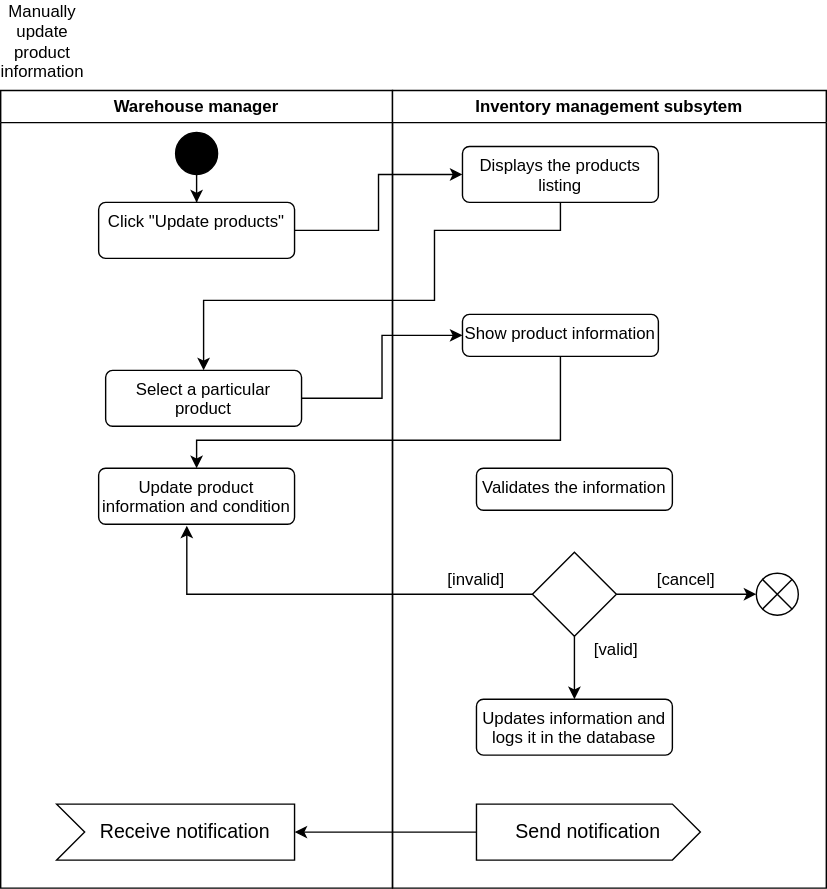
Above: Update_prods.svg in Simamkele88/IFM3_GP (draw.io), before the change. Source tidied: cells renumbered, new cells last; positions are measured from the earlier drawing's top-left corner, leaving out a move shared by most shapes.
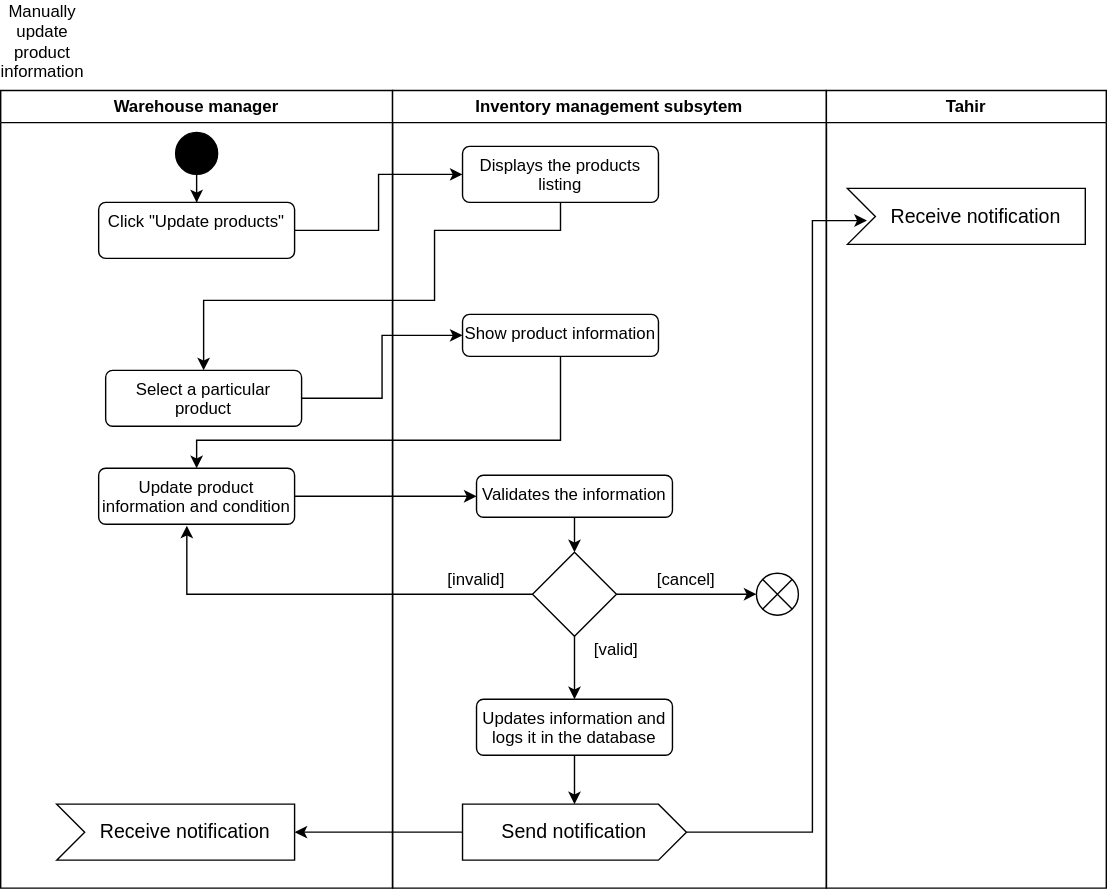
After the change.

The edit, as a diff of the source:
```diff
@@ -33,10 +33,13 @@
       <mxGeometry x="50" y="160" width="140" height="30" as="geometry" />
     </mxCell>
     <mxCell id="12" value="Send notification" style="html=1;shape=mxgraph.infographic.ribbonSimple;notch1=0;notch2=20;align=center;verticalAlign=middle;fontSize=14;fontStyle=0;fillColor=#FFFFFF;whiteSpace=wrap;" parent="9" vertex="1">
-      <mxGeometry x="60" y="510" width="160" height="40" as="geometry" />
+      <mxGeometry x="50" y="510" width="160" height="40" as="geometry" />
     </mxCell>
+    <mxCell id="29" style="edgeStyle=orthogonalEdgeStyle;rounded=0;jettySize=auto;html=1;exitX=0.5;exitY=1;exitDx=0;exitDy=0;entryX=0.5;entryY=0;entryDx=0;entryDy=0;" parent="9" edge="1" source="13" target="16">
+      <mxGeometry relative="1" as="geometry" />
+    </mxCell>
     <mxCell id="13" value="Validates the information" style="html=1;align=center;verticalAlign=top;rounded=1;absoluteArcSize=1;arcSize=10;dashed=0;whiteSpace=wrap;" parent="9" vertex="1">
-      <mxGeometry x="60" y="270" width="140" height="30" as="geometry" />
+      <mxGeometry x="60" y="275" width="140" height="30" as="geometry" />
     </mxCell>
     <mxCell id="14" style="edgeStyle=orthogonalEdgeStyle;rounded=0;jettySize=auto;html=1;" parent="9" edge="1" source="16" target="17">
       <mxGeometry relative="1" as="geometry" />
@@ -47,6 +50,9 @@
     <mxCell id="16" style="rhombus;whiteSpace=wrap;html=1;" parent="9" vertex="1">
       <mxGeometry x="100" y="330" width="60" height="60" as="geometry" />
     </mxCell>
+    <mxCell id="30" style="edgeStyle=orthogonalEdgeStyle;rounded=0;jettySize=auto;html=1;" parent="9" edge="1" source="17" target="12">
+      <mxGeometry relative="1" as="geometry" />
+    </mxCell>
     <mxCell id="17" value="Updates information and logs it in the database" style="html=1;align=center;verticalAlign=top;rounded=1;absoluteArcSize=1;arcSize=10;dashed=0;whiteSpace=wrap;" parent="9" vertex="1">
       <mxGeometry x="60" y="435" width="140" height="40" as="geometry" />
     </mxCell>
@@ -95,5 +101,22 @@
     <mxCell id="28" style="edgeStyle=orthogonalEdgeStyle;rounded=0;jettySize=auto;html=1;exitX=0;exitY=0.5;exitDx=0;exitDy=0;entryX=0.45;entryY=1.025;entryDx=0;entryDy=0;entryPerimeter=0;" parent="1" edge="1" source="16" target="8">
       <mxGeometry relative="1" as="geometry" />
     </mxCell>
+    <mxCell id="31" style="edgeStyle=orthogonalEdgeStyle;rounded=0;jettySize=auto;html=1;entryX=0;entryY=0.5;entryDx=0;entryDy=0;" parent="1" edge="1" source="8" target="13">
+      <mxGeometry relative="1" as="geometry" />
+    </mxCell>
+    <mxCell id="32" value="Tahir" style="swimlane;whiteSpace=wrap;html=1;" parent="1" vertex="1">
+      <mxGeometry x="590" y="50" width="200" height="570" as="geometry" />
+    </mxCell>
+    <mxCell id="33" value="Receive notification" style="html=1;shape=mxgraph.infographic.ribbonSimple;notch1=20;notch2=0;align=center;verticalAlign=middle;fontSize=14;fontStyle=0;fillColor=#FFFFFF;flipH=0;spacingRight=0;spacingLeft=14;whiteSpace=wrap;" parent="32" vertex="1">
+      <mxGeometry x="15" y="70" width="170" height="40" as="geometry" />
+    </mxCell>
+    <mxCell id="34" style="edgeStyle=orthogonalEdgeStyle;rounded=0;jettySize=auto;html=1;entryX=0.082;entryY=0.575;entryDx=0;entryDy=0;entryPerimeter=0;" parent="1" edge="1" source="12" target="33">
+      <mxGeometry relative="1" as="geometry">
+        <Array as="points">
+          <mxPoint x="580" y="580" />
+          <mxPoint x="580" y="143" />
+        </Array>
+      </mxGeometry>
+    </mxCell>
   </root>
 </mxGraphModel>
```
